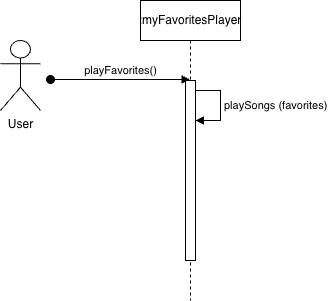
The draw.io diagram Sequence Diagram exercise.drawio.png in Jtoosh/byu-cs340, before a commit. Source tidied: cells renumbered, new cells last; positions are measured from the earlier drawing's top-left corner, leaving out a move shared by most shapes.
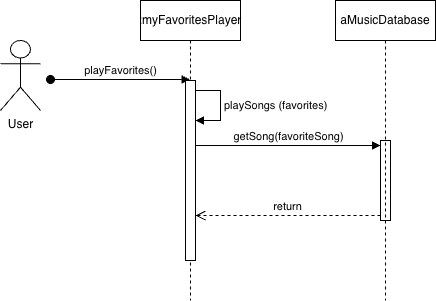
After the commit.

The edit, as a diff of the source:
```diff
@@ -24,5 +24,17 @@
         </Array>
       </mxGeometry>
     </mxCell>
+    <mxCell id="7" style="html=1;points=[[0,0,0,0,5],[0,1,0,0,-5],[1,0,0,0,5],[1,1,0,0,-5]];perimeter=orthogonalPerimeter;outlineConnect=0;targetShapes=umlLifeline;portConstraint=eastwest;newEdgeStyle={&quot;curved&quot;:0,&quot;rounded&quot;:0};" parent="1" vertex="1">
+      <mxGeometry x="380" y="140" width="10" height="80" as="geometry" />
+    </mxCell>
+    <mxCell id="8" value="getSong(favoriteSong)" style="html=1;verticalAlign=bottom;endArrow=block;curved=0;rounded=0;entryX=0;entryY=0;entryDx=0;entryDy=5;" parent="1" edge="1" source="5" target="7">
+      <mxGeometry relative="1" as="geometry" />
+    </mxCell>
+    <mxCell id="9" value="return" style="html=1;verticalAlign=bottom;endArrow=open;dashed=1;endSize=8;curved=0;rounded=0;exitX=0;exitY=1;exitDx=0;exitDy=-5;" parent="1" edge="1" source="7" target="5">
+      <mxGeometry relative="1" as="geometry" />
+    </mxCell>
+    <mxCell id="10" value="aMusicDatabase" style="shape=umlLifeline;perimeter=lifelinePerimeter;whiteSpace=wrap;html=1;newEdgeStyle={&quot;curved&quot;:0,&quot;rounded&quot;:0};" parent="1" vertex="1">
+      <mxGeometry x="335" width="100" height="300" as="geometry" />
+    </mxCell>
   </root>
 </mxGraphModel>
```
